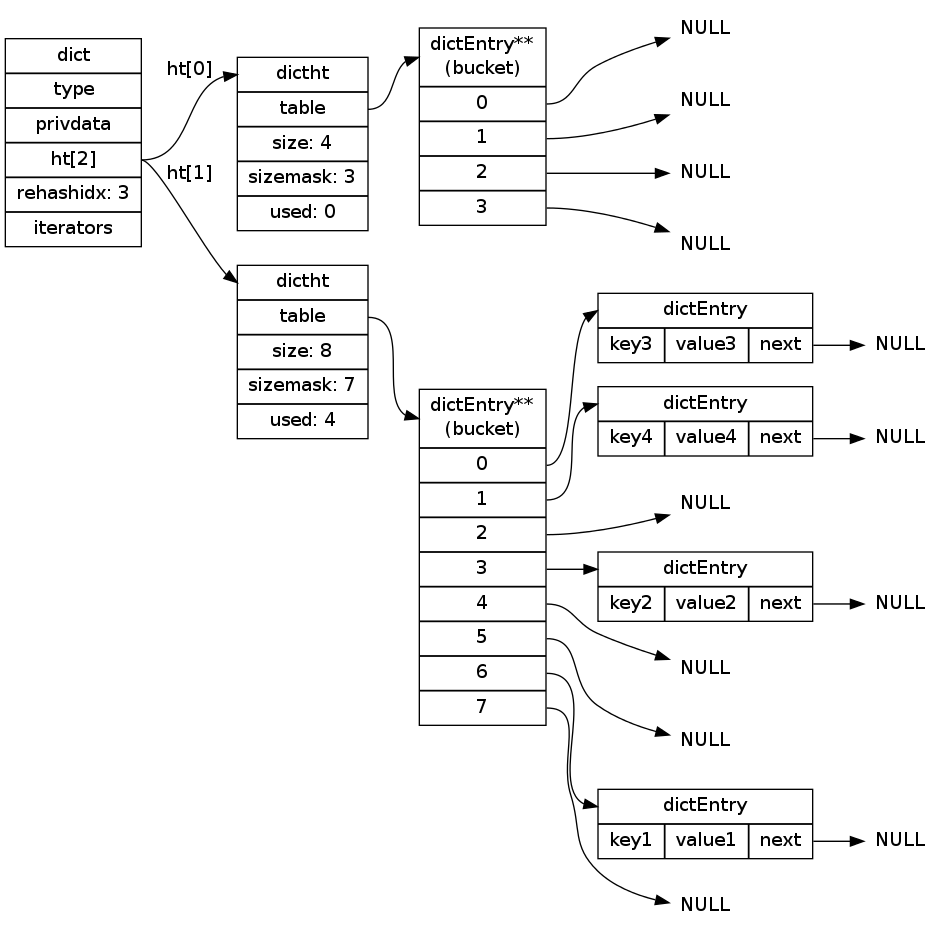
Before: internal-datastruct/image/rehash_step_three.png, a diagram exported from Graphviz (huangzworks/redisbook). Its source is kept beside it as internal-datastruct/image/rehash_step_three.dot.
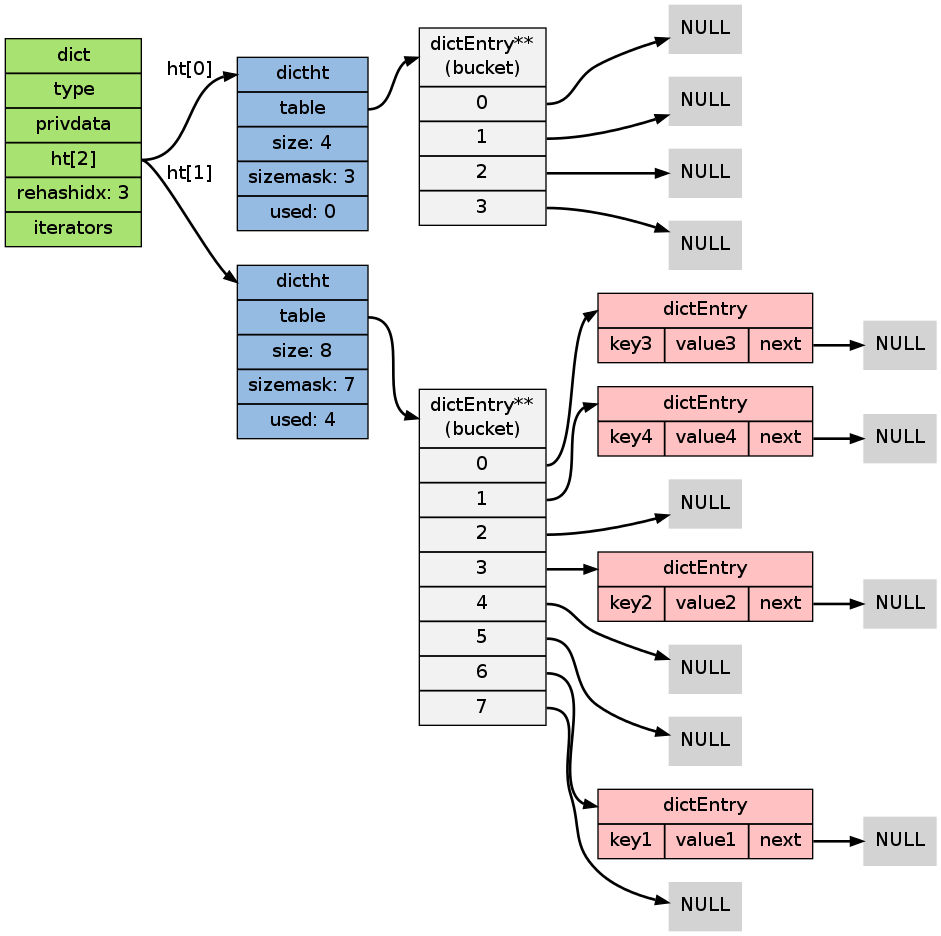
Above is the later version.

Change to the diagram source:
```diff
@@ -3,26 +3,28 @@
 
     rankdir = LR;
 
-    node[shape=record];
+    node[shape=record, style = filled];
+
+    edge [style = bold];
 
 
-    dict [label="dict | type | privdata |<ht> ht[2] | rehashidx: 3 | iterators"];
+    dict [label="dict | type | privdata |<ht> ht[2] | rehashidx: 3 | iterators", fillcolor = "#A8E270"];
 
-    ht0 [label="<dictht>dictht |<table> table | size: 4 | sizemask: 3 | used: 0"];
+    ht0 [label="<dictht>dictht |<table> table | size: 4 | sizemask: 3 | used: 0", fillcolor = "#95BBE3"];
 
-    ht1 [label="<dictht>dictht |<table> table | size: 8 | sizemask: 7 | used: 4"];
+    ht1 [label="<dictht>dictht |<table> table | size: 8 | sizemask: 7 | used: 4", fillcolor = "#95BBE3"];
 
-    bucket [label="<head>dictEntry**\n(bucket) |<table0> 0 |<table1> 1 |<table2> 2 |<table3> 3 "];
+    bucket [label="<head>dictEntry**\n(bucket) |<table0> 0 |<table1> 1 |<table2> 2 |<table3> 3 ", fillcolor = "#F2F2F2"];
 
-    bucket1 [label="<head>dictEntry**\n(bucket) |<table0> 0 |<table1> 1 |<table2> 2 |<table3> 3 |<table4> 4 |<table5> 5 |<table6> 6 |<table7> 7"];
+    bucket1 [label="<head>dictEntry**\n(bucket) |<table0> 0 |<table1> 1 |<table2> 2 |<table3> 3 |<table4> 4 |<table5> 5 |<table6> 6 |<table7> 7", fillcolor = "#F2F2F2"];
 
-    pair_1 [label="<head>dictEntry |{key1 | value1 |<next>next}"];
+    pair_1 [label="<head>dictEntry |{key1 | value1 |<next>next}", fillcolor = "#FFC1C1"];
 
-    pair_2 [label="<head>dictEntry |{key2 | value2 |<next>next}"];
+    pair_2 [label="<head>dictEntry |{key2 | value2 |<next>next}", fillcolor = "#FFC1C1"];
 
-    pair_3 [label="<head>dictEntry |{key3 | value3 |<next>next}"];
+    pair_3 [label="<head>dictEntry |{key3 | value3 |<next>next}", fillcolor = "#FFC1C1"];
 
-    pair_4 [label="<head>dictEntry |{key4 | value4 |<next>next}"];
+    pair_4 [label="<head>dictEntry |{key4 | value4 |<next>next}", fillcolor = "#FFC1C1"];
 
     null0 [label="NULL", shape=plaintext];
     null1 [label="NULL", shape=plaintext];
```
